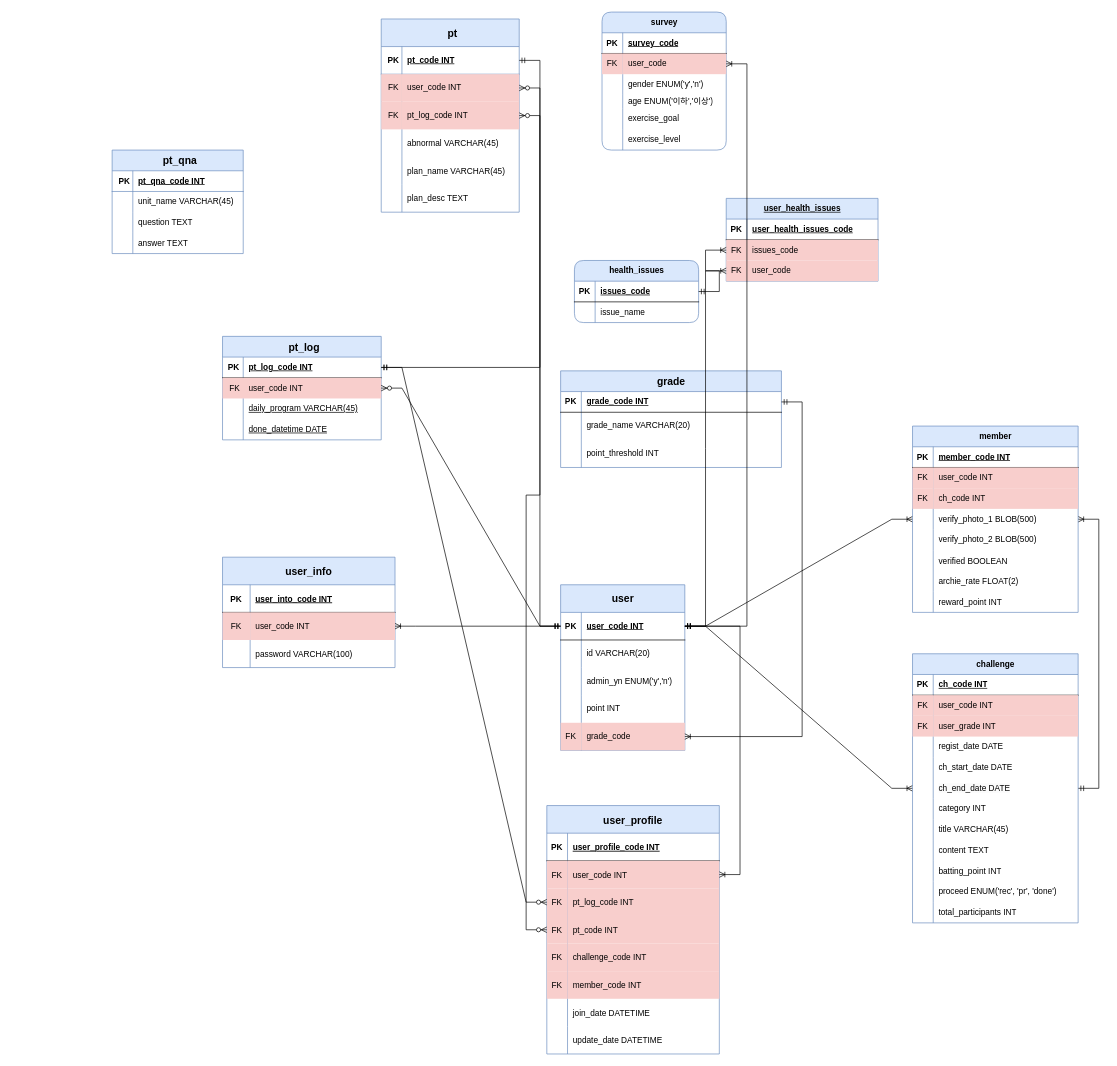
Above: page "최종ERD" (1 of 4) of members/제목 없는 다이어그램.drawio in Brian-Hong-KR/Gymunity (draw.io), before the change. Source tidied: cells renumbered, new cells numbered last; positions are measured from the earlier drawing's top-left corner, leaving out a move shared by most shapes. Both pictures are drawn from the tidied source at 69%, with x=0, y=0 at pixel (112, 12).
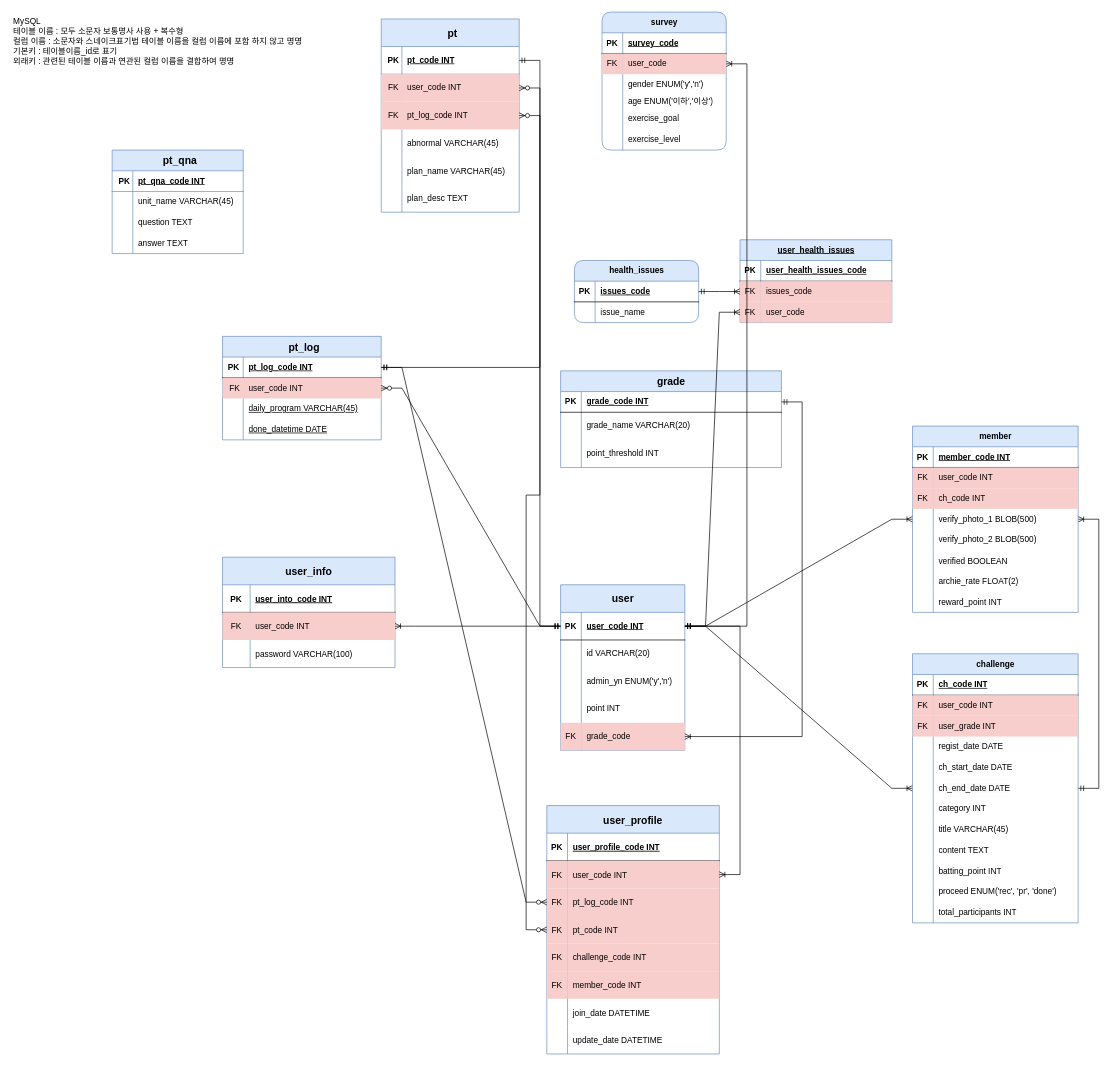
After the change.

Change to the diagram source:
```diff
@@
     <mxCell id="207" value="&lt;span style=&quot;text-align: left; text-wrap: wrap; text-decoration-line: underline;&quot;&gt;user_health_issues&lt;/span&gt;" style="shape=table;startSize=30;childLayout=tableLayout;rowLines=0;fontStyle=1;align=center;html=1;fillColor=#dae8fc;strokeColor=#6c8ebf;" parent="1" vertex="1">
-      <mxGeometry x="890" y="270" width="220" height="120" as="geometry" />
+      <mxGeometry x="910" y="330" width="220" height="120" as="geometry" />
     </mxCell>
@@
+    <mxCell id="220" value="MySQL&#10;테이블 이름 : 모두 소문자 보통명사 사용 + 복수형&#10;컬럼 이름 : 소문자와 스네이크표기법 테이블 이름을 컬럼 이름에 포함 하지 않고 명명&#10;기본키 : 테이블이름_id로 표기&#10;외래키 : 관련된 테이블 이름과 연관된 컬럼 이름을 결합하여 명명" style="text;whiteSpace=wrap;" parent="1" vertex="1">
+      <mxGeometry x="-145" width="480" height="100" as="geometry" />
+    </mxCell>
```
